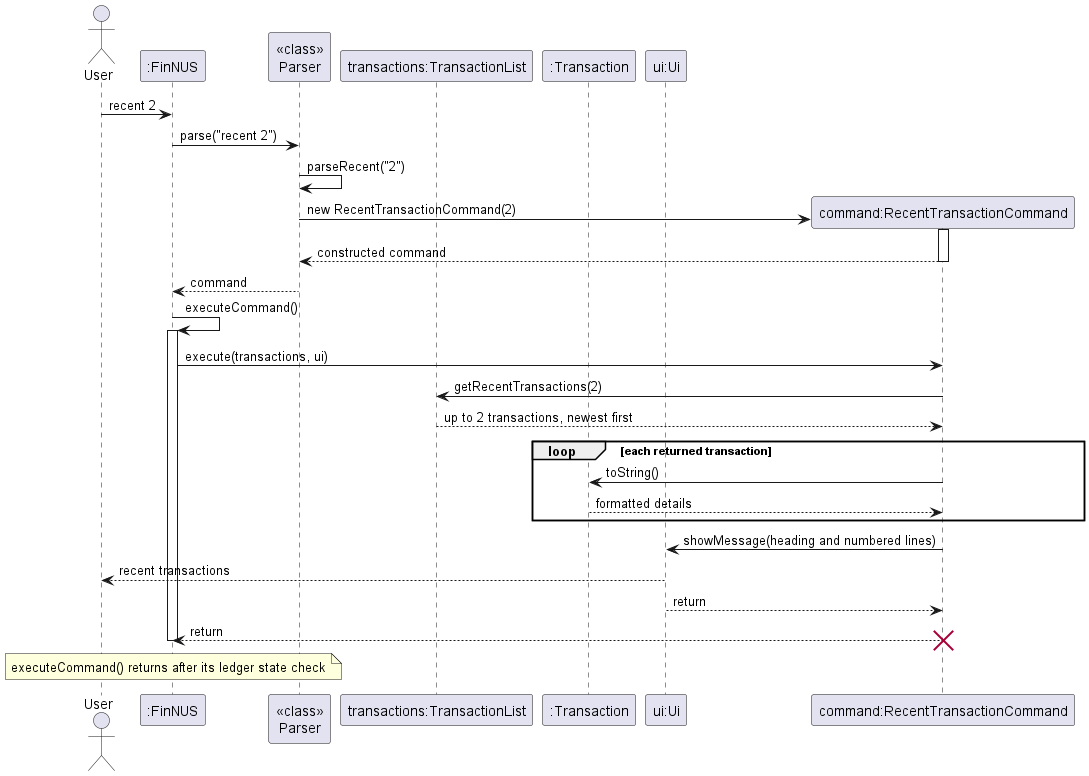
The PlantUML diagram docs/images/RecentCommandSequenceDiagram.png in AY2627S1-CS2113-W13-2/tp, before a commit.
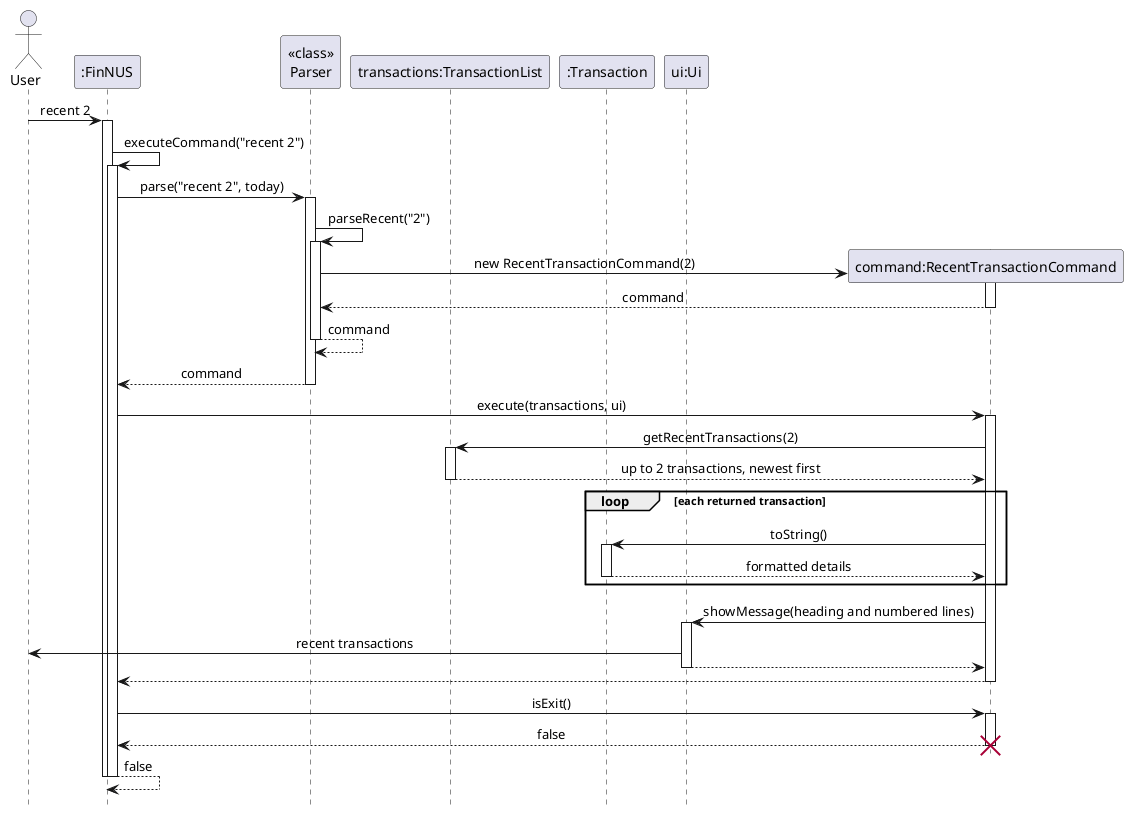
After the change.

Commit message:
Fix sequence diagram notation from peer review

What changed in the source:
```diff
@@ -1,4 +1,8 @@
 @startuml RecentCommandSequenceDiagram
+hide footbox
+skinparam shadowing false
+skinparam sequenceMessageAlign center
+
 actor User
 participant ":FinNUS" as FinNUS
 participant "<<class>>\nParser" as Parser
@@ -6,29 +10,50 @@
 participant ":Transaction" as Transaction
 participant "ui:Ui" as Ui
 
-User -> FinNUS: recent 2
-FinNUS -> Parser: parse("recent 2")
-Parser -> Parser: parseRecent("2")
+User -> FinNUS : recent 2
+activate FinNUS
+FinNUS -> FinNUS : executeCommand("recent 2")
+activate FinNUS
+FinNUS -> Parser : parse("recent 2", today)
+activate Parser
+Parser -> Parser : parseRecent("2")
+activate Parser
 create "command:RecentTransactionCommand" as Recent
-Parser -> Recent: new RecentTransactionCommand(2)
+Parser -> Recent : new RecentTransactionCommand(2)
 activate Recent
-Recent --> Parser: constructed command
+Recent --> Parser : command
 deactivate Recent
-Parser --> FinNUS: command
-FinNUS -> FinNUS: executeCommand()
-activate FinNUS
-FinNUS -> Recent: execute(transactions, ui)
-Recent -> Ledger: getRecentTransactions(2)
-Ledger --> Recent: up to 2 transactions, newest first
+Parser --> Parser : command
+deactivate Parser
+Parser --> FinNUS : command
+deactivate Parser
+
+FinNUS -> Recent : execute(transactions, ui)
+activate Recent
+Recent -> Ledger : getRecentTransactions(2)
+activate Ledger
+Ledger --> Recent : up to 2 transactions, newest first
+deactivate Ledger
 loop each returned transaction
-    Recent -> Transaction: toString()
-    Transaction --> Recent: formatted details
+    Recent -> Transaction : toString()
+    activate Transaction
+    Transaction --> Recent : formatted details
+    deactivate Transaction
 end
-Recent -> Ui: showMessage(heading and numbered lines)
-Ui --> User: recent transactions
-Ui --> Recent: return
-Recent --> FinNUS: return
+Recent -> Ui : showMessage(heading and numbered lines)
+activate Ui
+Ui -> User : recent transactions
+Ui --> Recent
+deactivate Ui
+Recent --> FinNUS
+deactivate Recent
+
+FinNUS -> Recent : isExit()
+activate Recent
+Recent --> FinNUS : false
+deactivate Recent
+destroy Recent
+FinNUS --> FinNUS : false
 deactivate FinNUS
-note over FinNUS: executeCommand() returns after its ledger state check
-destroy Recent
+deactivate FinNUS
 @enduml
```
